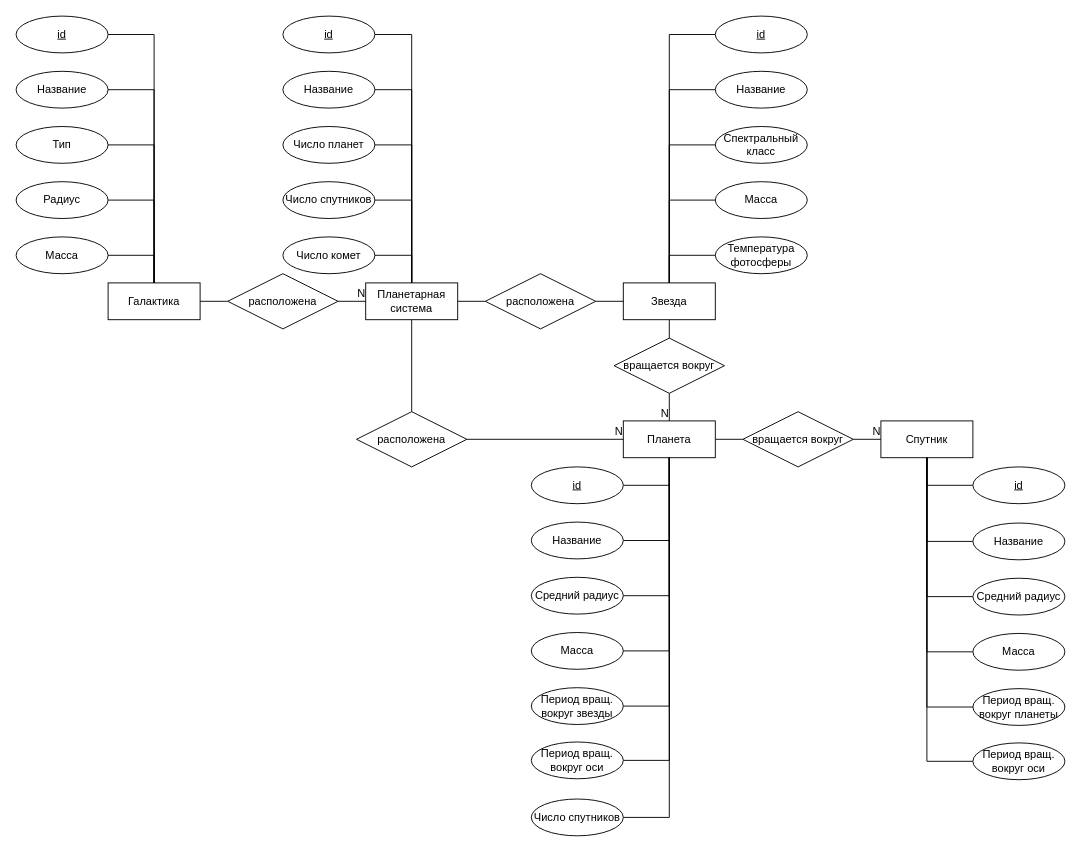
The draw.io diagram lab_01/data/diagram.drawio in agarmirus/bmstu_db_2022, before the edit. Source tidied: cells renumbered, new cells numbered last; positions are measured from the earlier drawing's top-left corner, leaving out a move shared by most shapes. Both pictures are drawn from the tidied source at 92%, with x=0, y=0 at pixel (16, 16).
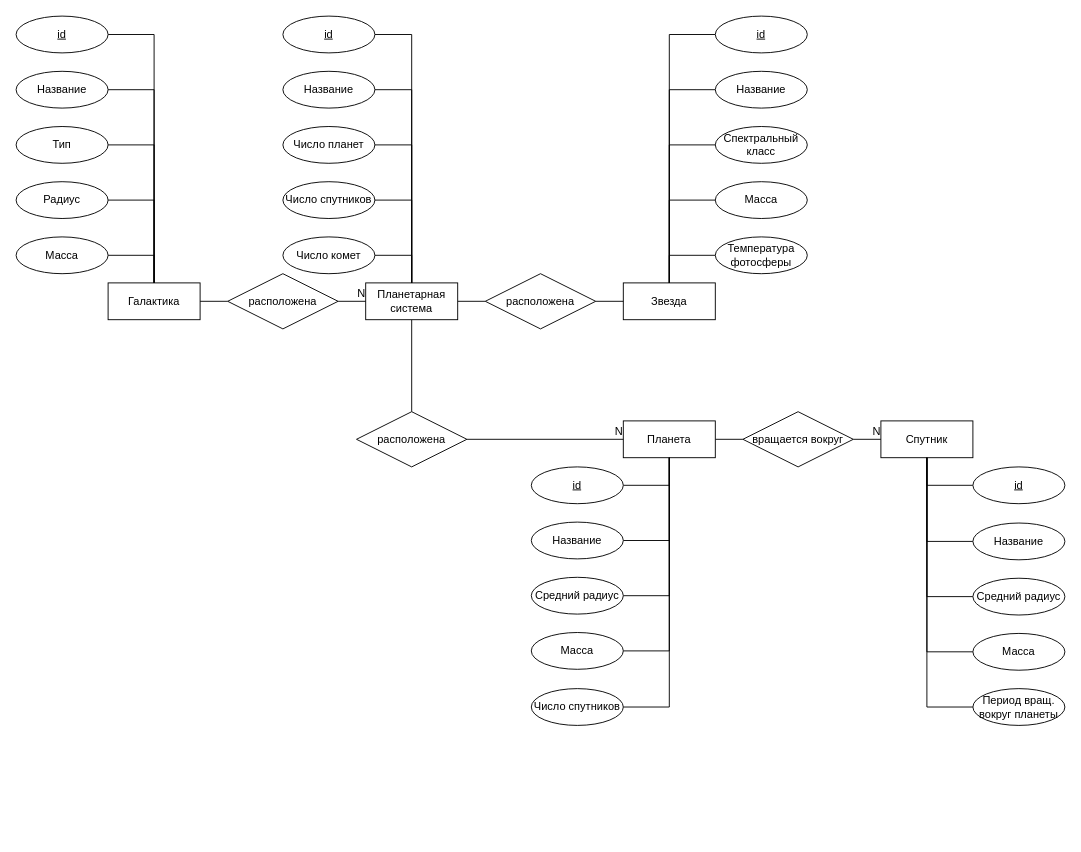
Above is the later version.

Unchanged cells that the change refers to:
```xml
<mxCell id="7" value="Звезда" style="whiteSpace=wrap;html=1;align=center;" parent="1" vertex="1">
  <mxGeometry x="660" y="290" width="100" height="40" as="geometry" />
</mxCell>
<mxCell id="12" value="Планета" style="whiteSpace=wrap;html=1;align=center;" parent="1" vertex="1">
  <mxGeometry x="660" y="440" width="100" height="40" as="geometry" />
</mxCell>
<mxCell id="13" value="Спутник" style="whiteSpace=wrap;html=1;align=center;" parent="1" vertex="1">
  <mxGeometry x="940" y="440" width="100" height="40" as="geometry" />
</mxCell>
```

The edit, as a diff of the source:
```diff
@@
-    <mxCell id="6" style="edgeStyle=orthogonalEdgeStyle;rounded=0;jettySize=auto;html=1;exitX=0.5;exitY=1;exitDx=0;exitDy=0;entryX=0.5;entryY=0;entryDx=0;entryDy=0;endArrow=none;endFill=0;" parent="1" edge="1" source="7" target="9">
-      <mxGeometry relative="1" as="geometry" />
-    </mxCell>
@@
-    <mxCell id="9" value="вращается вокруг" style="shape=rhombus;perimeter=rhombusPerimeter;whiteSpace=wrap;html=1;align=center;" parent="1" vertex="1">
-      <mxGeometry x="650" y="350" width="120" height="60" as="geometry" />
-    </mxCell>
@@
-    <mxCell id="19" style="endArrow=none;html=1;rounded=0;entryX=0.5;entryY=0;entryDx=0;entryDy=0;exitX=0.5;exitY=1;exitDx=0;exitDy=0;" parent="1" edge="1" source="9" target="12">
-      <mxGeometry relative="1" as="geometry" />
-    </mxCell>
-    <mxCell id="20" value="N" style="html=1;align=right;verticalAlign=bottom;" parent="19" vertex="1">
-      <mxGeometry x="1" relative="1" as="geometry" />
-    </mxCell>
@@
-    <mxCell id="54" style="edgeStyle=orthogonalEdgeStyle;rounded=0;jettySize=auto;html=1;exitX=1;exitY=0.5;exitDx=0;exitDy=0;entryX=0.5;entryY=1;entryDx=0;entryDy=0;endArrow=none;endFill=0;" parent="1" edge="1" source="55" target="12">
-      <mxGeometry relative="1" as="geometry" />
-    </mxCell>
-    <mxCell id="55" value="Период вращ. вокруг звезды" style="ellipse;whiteSpace=wrap;html=1;align=center;" parent="1" vertex="1">
-      <mxGeometry x="560" y="730" width="100" height="40" as="geometry" />
-    </mxCell>
@@
     <mxCell id="57" value="Число спутников" style="ellipse;whiteSpace=wrap;html=1;align=center;" parent="1" vertex="1">
-      <mxGeometry x="560" y="851" width="100" height="40" as="geometry" />
+      <mxGeometry x="560" y="731" width="100" height="40" as="geometry" />
     </mxCell>
@@
-    <mxCell id="64" style="edgeStyle=orthogonalEdgeStyle;rounded=0;jettySize=auto;html=1;exitX=0;exitY=0.5;exitDx=0;exitDy=0;entryX=0.5;entryY=1;entryDx=0;entryDy=0;endArrow=none;endFill=0;" parent="1" edge="1" source="65" target="13">
-      <mxGeometry relative="1" as="geometry" />
-    </mxCell>
-    <mxCell id="65" value="Период вращ. вокруг оси" style="ellipse;whiteSpace=wrap;html=1;align=center;" parent="1" vertex="1">
-      <mxGeometry x="1040" y="790" width="100" height="40" as="geometry" />
-    </mxCell>
-    <mxCell id="66" style="edgeStyle=orthogonalEdgeStyle;rounded=0;jettySize=auto;html=1;exitX=1;exitY=0.5;exitDx=0;exitDy=0;entryX=0.5;entryY=1;entryDx=0;entryDy=0;endArrow=none;endFill=0;" parent="1" edge="1" source="67" target="12">
-      <mxGeometry relative="1" as="geometry" />
-    </mxCell>
-    <mxCell id="67" value="Период вращ. вокруг оси" style="ellipse;whiteSpace=wrap;html=1;align=center;" parent="1" vertex="1">
-      <mxGeometry x="560" y="789" width="100" height="40" as="geometry" />
-    </mxCell>
```
